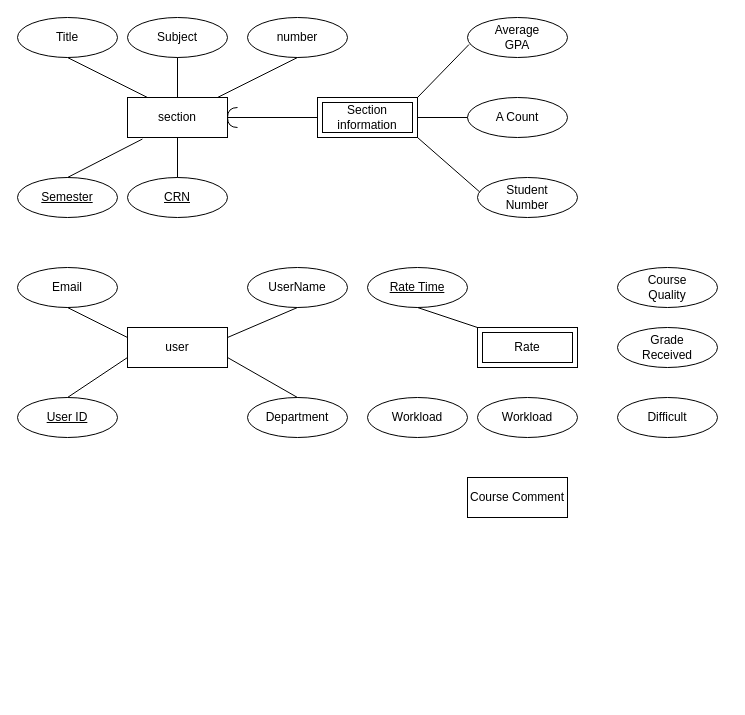
Earlier version of the draw.io diagram project.drawio (houzey2/cs-411-drawing). Source tidied: cells renumbered, new cells numbered last; positions are measured from the earlier drawing's top-left corner, leaving out a move shared by most shapes. Both pictures are drawn from the tidied source at 100%, with x=0, y=0 at pixel (17, 17).
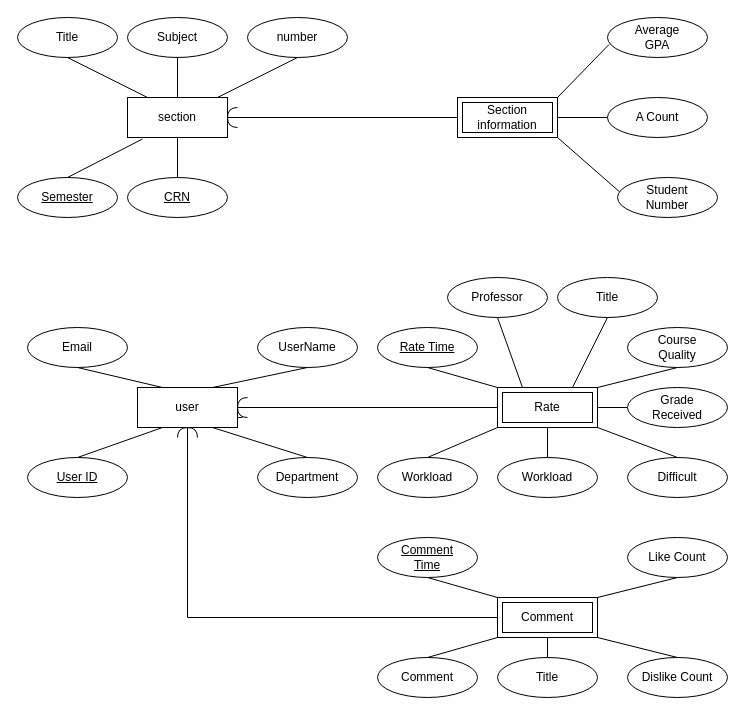
Above is the later version.

The edit, as a diff of the source:
```diff
@@
     <mxCell id="3" value="user" style="whiteSpace=wrap;html=1;align=center;" parent="1" vertex="1">
-      <mxGeometry x="110" y="310" width="100" height="40" as="geometry" />
+      <mxGeometry x="120" y="370" width="100" height="40" as="geometry" />
     </mxCell>
-    <mxCell id="4" value="Course Comment" style="whiteSpace=wrap;html=1;align=center;" parent="1" vertex="1">
-      <mxGeometry x="450" y="460" width="100" height="40" as="geometry" />
-    </mxCell>
@@
     <mxCell id="15" value="Section information" style="shape=ext;margin=3;double=1;whiteSpace=wrap;html=1;align=center;" parent="1" vertex="1">
-      <mxGeometry x="300" y="80" width="100" height="40" as="geometry" />
+      <mxGeometry x="440" y="80" width="100" height="40" as="geometry" />
     </mxCell>
     <mxCell id="16" value="Average &lt;br&gt;GPA" style="ellipse;whiteSpace=wrap;html=1;align=center;" parent="1" vertex="1">
-      <mxGeometry x="450" width="100" height="40" as="geometry" />
+      <mxGeometry x="590" width="100" height="40" as="geometry" />
     </mxCell>
     <mxCell id="17" value="A Count" style="ellipse;whiteSpace=wrap;html=1;align=center;" parent="1" vertex="1">
-      <mxGeometry x="450" y="80" width="100" height="40" as="geometry" />
+      <mxGeometry x="590" y="80" width="100" height="40" as="geometry" />
     </mxCell>
     <mxCell id="18" value="Student &lt;br&gt;Number" style="ellipse;whiteSpace=wrap;html=1;align=center;" parent="1" vertex="1">
-      <mxGeometry x="460" y="160" width="100" height="40" as="geometry" />
+      <mxGeometry x="600" y="160" width="100" height="40" as="geometry" />
     </mxCell>
@@
     <mxCell id="24" value="Email" style="ellipse;whiteSpace=wrap;html=1;align=center;" parent="1" vertex="1">
-      <mxGeometry y="250" width="100" height="40" as="geometry" />
+      <mxGeometry x="10" y="310" width="100" height="40" as="geometry" />
     </mxCell>
-    <mxCell id="25" style="endArrow=none;html=1;rounded=0;exitX=0;exitY=0.25;exitDx=0;exitDy=0;entryX=0.5;entryY=1;entryDx=0;entryDy=0;" parent="1" edge="1" source="3" target="24">
+    <mxCell id="25" style="endArrow=none;html=1;rounded=0;exitX=0.25;exitY=0;exitDx=0;exitDy=0;entryX=0.5;entryY=1;entryDx=0;entryDy=0;" parent="1" edge="1" source="3" target="24">
       <mxGeometry relative="1" as="geometry" />
     </mxCell>
     <mxCell id="26" value="User ID" style="ellipse;whiteSpace=wrap;html=1;align=center;fontStyle=4;" parent="1" vertex="1">
-      <mxGeometry y="380" width="100" height="40" as="geometry" />
+      <mxGeometry x="10" y="440" width="100" height="40" as="geometry" />
     </mxCell>
-    <mxCell id="27" style="endArrow=none;html=1;rounded=0;exitX=0.5;exitY=0;exitDx=0;exitDy=0;entryX=0;entryY=0.75;entryDx=0;entryDy=0;" parent="1" edge="1" source="26" target="3">
+    <mxCell id="27" style="endArrow=none;html=1;rounded=0;exitX=0.5;exitY=0;exitDx=0;exitDy=0;entryX=0.25;entryY=1;entryDx=0;entryDy=0;" parent="1" edge="1" source="26" target="3">
       <mxGeometry relative="1" as="geometry" />
     </mxCell>
     <mxCell id="28" value="UserName" style="ellipse;whiteSpace=wrap;html=1;align=center;" parent="1" vertex="1">
-      <mxGeometry x="230" y="250" width="100" height="40" as="geometry" />
+      <mxGeometry x="240" y="310" width="100" height="40" as="geometry" />
     </mxCell>
-    <mxCell id="29" style="endArrow=none;html=1;rounded=0;exitX=1;exitY=0.25;exitDx=0;exitDy=0;entryX=0.5;entryY=1;entryDx=0;entryDy=0;" parent="1" edge="1" source="3" target="28">
+    <mxCell id="29" style="endArrow=none;html=1;rounded=0;exitX=0.75;exitY=0;exitDx=0;exitDy=0;entryX=0.5;entryY=1;entryDx=0;entryDy=0;" parent="1" edge="1" source="3" target="28">
       <mxGeometry relative="1" as="geometry" />
     </mxCell>
     <mxCell id="30" value="Department" style="ellipse;whiteSpace=wrap;html=1;align=center;" parent="1" vertex="1">
-      <mxGeometry x="230" y="380" width="100" height="40" as="geometry" />
+      <mxGeometry x="240" y="440" width="100" height="40" as="geometry" />
     </mxCell>
-    <mxCell id="31" style="endArrow=none;html=1;rounded=0;exitX=0.5;exitY=0;exitDx=0;exitDy=0;" parent="1" edge="1" source="30">
+    <mxCell id="31" style="endArrow=none;html=1;rounded=0;exitX=0.5;exitY=0;exitDx=0;exitDy=0;startArrow=none;" parent="1" edge="1" source="45">
       <mxGeometry relative="1" as="geometry">
-        <mxPoint x="210" y="340" as="targetPoint" />
+        <mxPoint x="220" y="400" as="targetPoint" />
       </mxGeometry>
     </mxCell>
     <mxCell id="32" value="Rate" style="shape=ext;margin=3;double=1;whiteSpace=wrap;html=1;align=center;" parent="1" vertex="1">
-      <mxGeometry x="460" y="310" width="100" height="40" as="geometry" />
+      <mxGeometry x="480" y="370" width="100" height="40" as="geometry" />
     </mxCell>
     <mxCell id="33" value="Rate Time" style="ellipse;whiteSpace=wrap;html=1;align=center;fontStyle=4;" parent="1" vertex="1">
-      <mxGeometry x="350" y="250" width="100" height="40" as="geometry" />
+      <mxGeometry x="360" y="310" width="100" height="40" as="geometry" />
     </mxCell>
@@
     <mxCell id="35" value="Grade&lt;br&gt;Received" style="ellipse;whiteSpace=wrap;html=1;align=center;" parent="1" vertex="1">
-      <mxGeometry x="600" y="310" width="100" height="40" as="geometry" />
+      <mxGeometry x="610" y="370" width="100" height="40" as="geometry" />
     </mxCell>
     <mxCell id="36" value="Course &lt;br&gt;Quality" style="ellipse;whiteSpace=wrap;html=1;align=center;" parent="1" vertex="1">
-      <mxGeometry x="600" y="250" width="100" height="40" as="geometry" />
+      <mxGeometry x="610" y="310" width="100" height="40" as="geometry" />
     </mxCell>
     <mxCell id="37" value="Difficult" style="ellipse;whiteSpace=wrap;html=1;align=center;" parent="1" vertex="1">
-      <mxGeometry x="600" y="380" width="100" height="40" as="geometry" />
+      <mxGeometry x="610" y="440" width="100" height="40" as="geometry" />
     </mxCell>
     <mxCell id="38" value="Workload" style="ellipse;whiteSpace=wrap;html=1;align=center;" parent="1" vertex="1">
-      <mxGeometry x="460" y="380" width="100" height="40" as="geometry" />
+      <mxGeometry x="480" y="440" width="100" height="40" as="geometry" />
     </mxCell>
     <mxCell id="39" value="Workload" style="ellipse;whiteSpace=wrap;html=1;align=center;" parent="1" vertex="1">
-      <mxGeometry x="350" y="380" width="100" height="40" as="geometry" />
+      <mxGeometry x="360" y="440" width="100" height="40" as="geometry" />
     </mxCell>
+    <mxCell id="40" style="endArrow=none;html=1;rounded=0;exitX=1;exitY=0;exitDx=0;exitDy=0;entryX=0.5;entryY=1;entryDx=0;entryDy=0;" parent="1" edge="1" source="32" target="36">
+      <mxGeometry relative="1" as="geometry" />
+    </mxCell>
+    <mxCell id="41" style="endArrow=none;html=1;rounded=0;exitX=1;exitY=0.5;exitDx=0;exitDy=0;entryX=0;entryY=0.5;entryDx=0;entryDy=0;" parent="1" edge="1" source="32" target="35">
+      <mxGeometry relative="1" as="geometry" />
+    </mxCell>
+    <mxCell id="42" style="endArrow=none;html=1;rounded=0;exitX=1;exitY=1;exitDx=0;exitDy=0;entryX=0.5;entryY=0;entryDx=0;entryDy=0;" parent="1" edge="1" source="32" target="37">
+      <mxGeometry relative="1" as="geometry" />
+    </mxCell>
+    <mxCell id="43" style="endArrow=none;html=1;rounded=0;exitX=0.5;exitY=0;exitDx=0;exitDy=0;entryX=0.5;entryY=1;entryDx=0;entryDy=0;" parent="1" edge="1" source="38" target="32">
+      <mxGeometry relative="1" as="geometry" />
+    </mxCell>
+    <mxCell id="44" style="endArrow=none;html=1;rounded=0;exitX=0.5;exitY=0;exitDx=0;exitDy=0;entryX=0;entryY=1;entryDx=0;entryDy=0;" parent="1" edge="1" source="39" target="32">
+      <mxGeometry relative="1" as="geometry" />
+    </mxCell>
+    <mxCell id="45" style="shape=requiredInterface;html=1;verticalLabelPosition=bottom;sketch=0;direction=west;" parent="1" vertex="1">
+      <mxGeometry x="220" y="380" width="10" height="20" as="geometry" />
+    </mxCell>
+    <mxCell id="46" style="endArrow=none;html=1;rounded=0;exitX=0.5;exitY=0;exitDx=0;exitDy=0;entryX=0.75;entryY=1;entryDx=0;entryDy=0;" parent="1" edge="1" source="30" target="3">
+      <mxGeometry relative="1" as="geometry" />
+    </mxCell>
+    <mxCell id="47" style="endArrow=none;html=1;rounded=0;exitX=0;exitY=0.5;exitDx=0;exitDy=0;entryX=1;entryY=0.5;entryDx=0;entryDy=0;entryPerimeter=0;" parent="1" edge="1" source="32" target="45">
+      <mxGeometry relative="1" as="geometry" />
+    </mxCell>
+    <mxCell id="48" style="endArrow=none;html=1;rounded=0;exitX=0.25;exitY=0;exitDx=0;exitDy=0;entryX=0.5;entryY=1;entryDx=0;entryDy=0;" parent="1" edge="1" source="32" target="49">
+      <mxGeometry relative="1" as="geometry" />
+    </mxCell>
+    <mxCell id="49" value="Professor" style="ellipse;whiteSpace=wrap;html=1;align=center;" parent="1" vertex="1">
+      <mxGeometry x="430" y="260" width="100" height="40" as="geometry" />
+    </mxCell>
+    <mxCell id="50" value="Title" style="ellipse;whiteSpace=wrap;html=1;align=center;" parent="1" vertex="1">
+      <mxGeometry x="540" y="260" width="100" height="40" as="geometry" />
+    </mxCell>
+    <mxCell id="51" style="endArrow=none;html=1;rounded=0;exitX=0.75;exitY=0;exitDx=0;exitDy=0;entryX=0.5;entryY=1;entryDx=0;entryDy=0;" parent="1" edge="1" source="32" target="50">
+      <mxGeometry relative="1" as="geometry" />
+    </mxCell>
+    <mxCell id="52" style="endArrow=none;html=1;rounded=0;entryX=0;entryY=0.5;entryDx=0;entryDy=0;exitX=1;exitY=0.5;exitDx=0;exitDy=0;startArrow=none;exitPerimeter=0;" parent="1" edge="1" source="54" target="53">
+      <mxGeometry relative="1" as="geometry">
+        <Array as="points">
+          <mxPoint x="170" y="600" />
+        </Array>
+      </mxGeometry>
+    </mxCell>
+    <mxCell id="53" value="Comment" style="shape=ext;margin=3;double=1;whiteSpace=wrap;html=1;align=center;" parent="1" vertex="1">
+      <mxGeometry x="480" y="580" width="100" height="40" as="geometry" />
+    </mxCell>
+    <mxCell id="54" style="shape=requiredInterface;html=1;verticalLabelPosition=bottom;sketch=0;direction=north;" parent="1" vertex="1">
+      <mxGeometry x="160" y="410" width="20" height="10" as="geometry" />
+    </mxCell>
+    <mxCell id="55" style="endArrow=none;html=1;rounded=0;entryX=0;entryY=0.5;entryDx=0;entryDy=0;exitX=0.5;exitY=1;exitDx=0;exitDy=0;" parent="1" edge="1" source="3" target="54">
+      <mxGeometry relative="1" as="geometry" />
+    </mxCell>
+    <mxCell id="56" style="endArrow=none;html=1;rounded=0;entryX=0;entryY=0;entryDx=0;entryDy=0;exitX=0.5;exitY=1;exitDx=0;exitDy=0;" parent="1" edge="1" source="57" target="53">
+      <mxGeometry relative="1" as="geometry" />
+    </mxCell>
+    <mxCell id="57" value="Comment &lt;br&gt;Time" style="ellipse;whiteSpace=wrap;html=1;align=center;fontStyle=4;" parent="1" vertex="1">
+      <mxGeometry x="360" y="520" width="100" height="40" as="geometry" />
+    </mxCell>
+    <mxCell id="58" value="Comment" style="ellipse;whiteSpace=wrap;html=1;align=center;" parent="1" vertex="1">
+      <mxGeometry x="360" y="640" width="100" height="40" as="geometry" />
+    </mxCell>
+    <mxCell id="59" style="endArrow=none;html=1;rounded=0;exitX=0.5;exitY=0;exitDx=0;exitDy=0;entryX=0;entryY=1;entryDx=0;entryDy=0;" parent="1" edge="1" source="58" target="53">
+      <mxGeometry relative="1" as="geometry" />
+    </mxCell>
+    <mxCell id="60" style="endArrow=none;html=1;rounded=0;exitX=1;exitY=0;exitDx=0;exitDy=0;entryX=0.5;entryY=1;entryDx=0;entryDy=0;" parent="1" edge="1" source="53" target="61">
+      <mxGeometry relative="1" as="geometry" />
+    </mxCell>
+    <mxCell id="61" value="Like Count" style="ellipse;whiteSpace=wrap;html=1;align=center;" parent="1" vertex="1">
+      <mxGeometry x="610" y="520" width="100" height="40" as="geometry" />
+    </mxCell>
+    <mxCell id="62" value="Dislike Count" style="ellipse;whiteSpace=wrap;html=1;align=center;" parent="1" vertex="1">
+      <mxGeometry x="610" y="640" width="100" height="40" as="geometry" />
+    </mxCell>
+    <mxCell id="63" style="endArrow=none;html=1;rounded=0;exitX=1;exitY=1;exitDx=0;exitDy=0;entryX=0.5;entryY=0;entryDx=0;entryDy=0;" parent="1" edge="1" source="53" target="62">
+      <mxGeometry relative="1" as="geometry" />
+    </mxCell>
+    <mxCell id="64" style="endArrow=none;html=1;rounded=0;exitX=0.5;exitY=1;exitDx=0;exitDy=0;entryX=0.5;entryY=0;entryDx=0;entryDy=0;" parent="1" edge="1" source="53" target="65">
+      <mxGeometry relative="1" as="geometry" />
+    </mxCell>
+    <mxCell id="65" value="Title" style="ellipse;whiteSpace=wrap;html=1;align=center;" parent="1" vertex="1">
+      <mxGeometry x="480" y="640" width="100" height="40" as="geometry" />
+    </mxCell>
```
